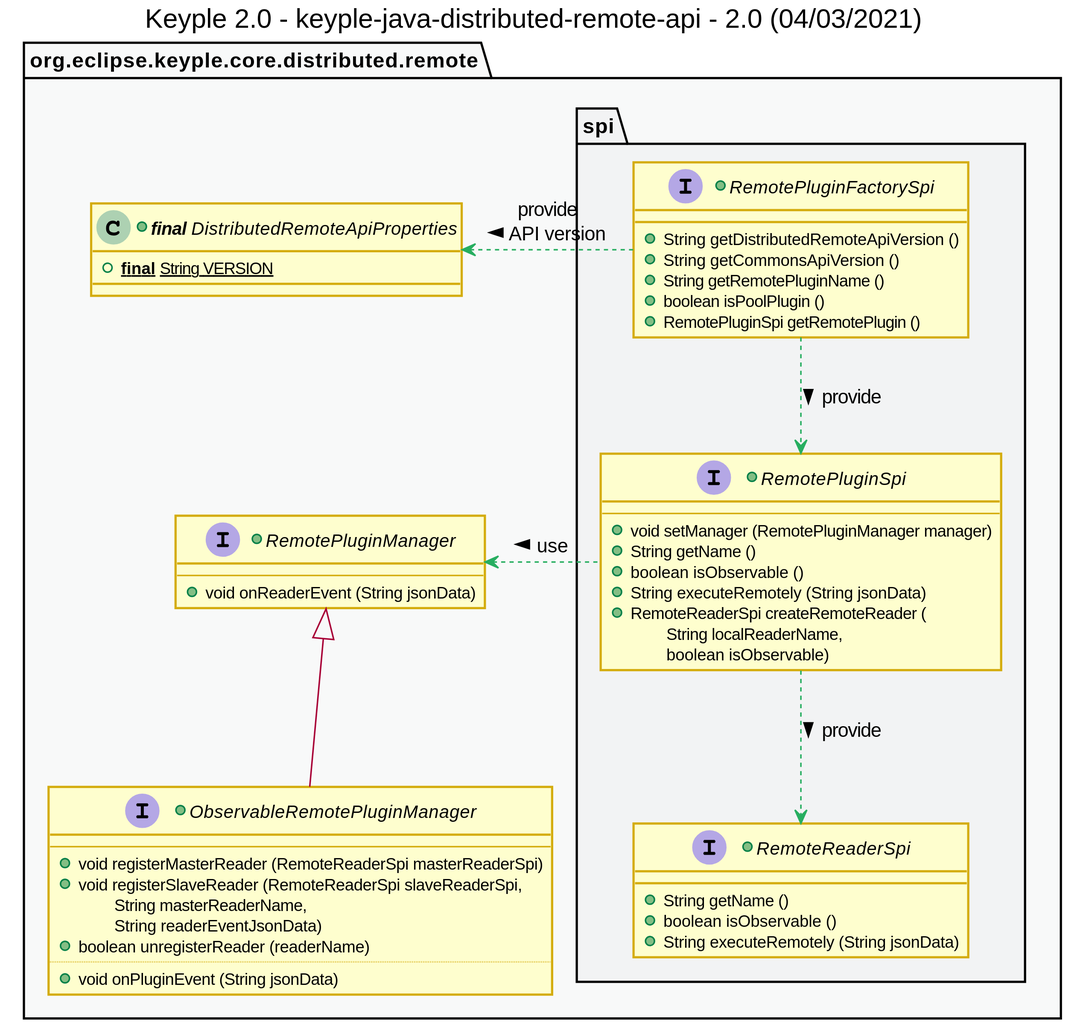
Earlier version of the PlantUML export uml/class/private-api/keyple_2_0_class_distributed_remote_api.svg (calypsonet/keyple_2_0).
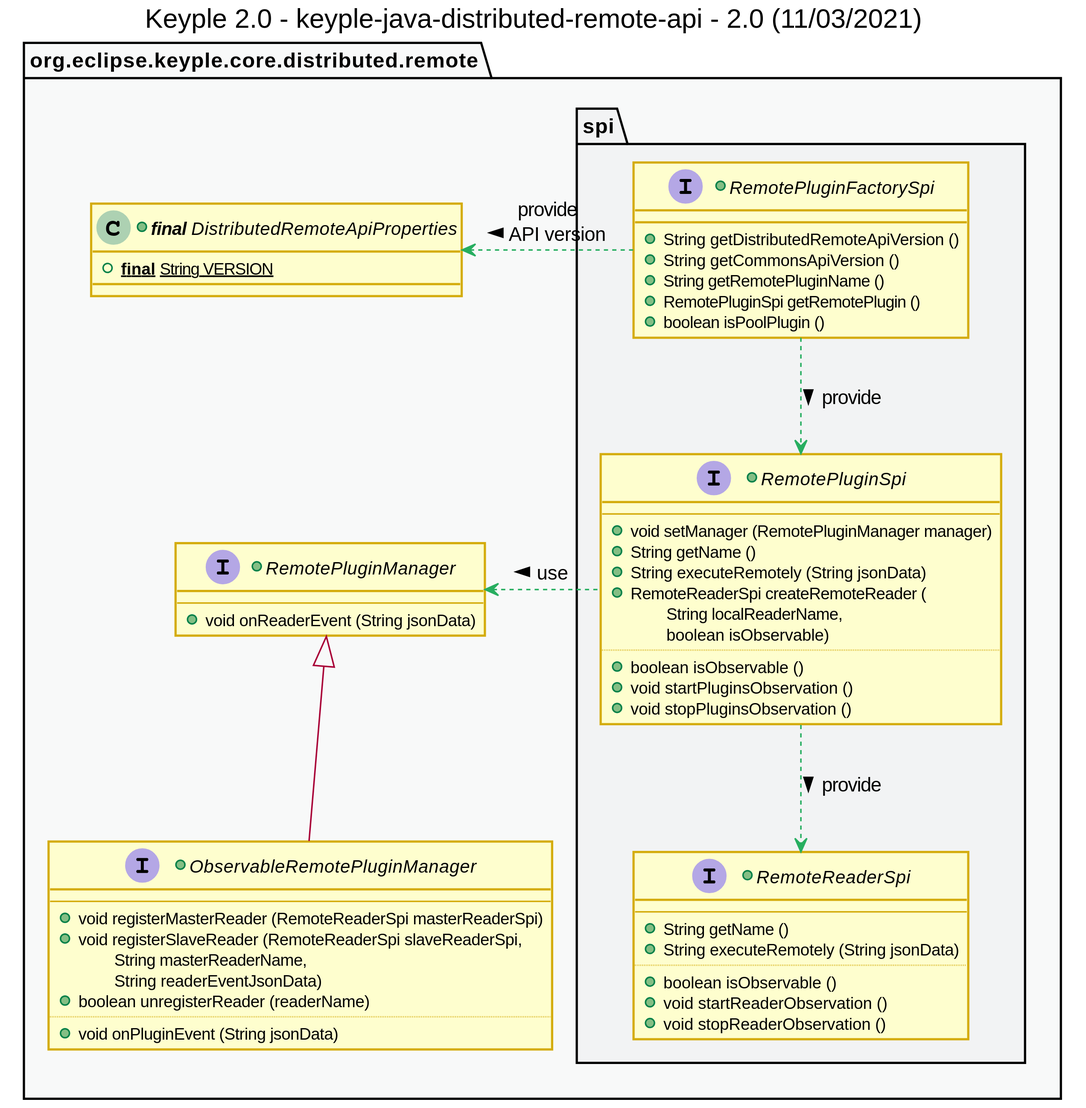
After the change.

What changed in the source:
```diff
@@ -1,6 +1,6 @@
 @startuml
 title
-    Keyple 2.0 - keyple-java-distributed-remote-api - 2.0 (04/03/2021)
+    Keyple 2.0 - keyple-java-distributed-remote-api - 2.0 (11/03/2021)
 end title
 
 
@@ -56,27 +56,34 @@
         +void onPluginEvent (String jsonData)
     }
     package spi {
-        +interface RemoteReaderSpi {
-            +String getName ()
-            +boolean isObservable ()
-            +String executeRemotely (String jsonData)
+        +interface RemotePluginFactorySpi {
+            +String getDistributedRemoteApiVersion ()
+            +String getCommonsApiVersion ()
+            +String getRemotePluginName ()
+            +RemotePluginSpi getRemotePlugin ()
+            +boolean isPoolPlugin ()
         }
         +interface RemotePluginSpi {
             --
             +void setManager (RemotePluginManager manager)
             +String getName ()
-            +boolean isObservable ()
             +String executeRemotely (String jsonData)
             +RemoteReaderSpi createRemoteReader (
                 \tString localReaderName,
                 \tboolean isObservable)
+            ..
+            +boolean isObservable ()
+            +void startPluginsObservation ()
+            +void stopPluginsObservation ()
         }
-        +interface RemotePluginFactorySpi {
-            +String getDistributedRemoteApiVersion ()
-            +String getCommonsApiVersion ()
-            +String getRemotePluginName ()
-            +boolean isPoolPlugin ()
-            +RemotePluginSpi getRemotePlugin ()
+        +interface RemoteReaderSpi {
+            --
+            +String getName ()
+            +String executeRemotely (String jsonData)
+            ..
+            +boolean isObservable ()
+            +void startReaderObservation ()
+            +void stopReaderObservation ()
         }
     }
 }
```
